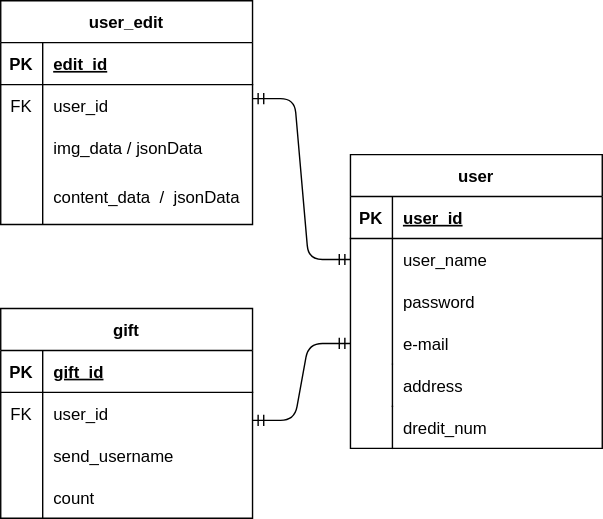
DEJIBUMI-Development-team/HEW_IH12_5 keeps this draw.io diagram as DB_ER/ER.drawio.svg. Above is the earlier version. Source tidied: cells renumbered, new cells last; positions are measured from the earlier drawing's top-left corner, leaving out a move shared by most shapes.
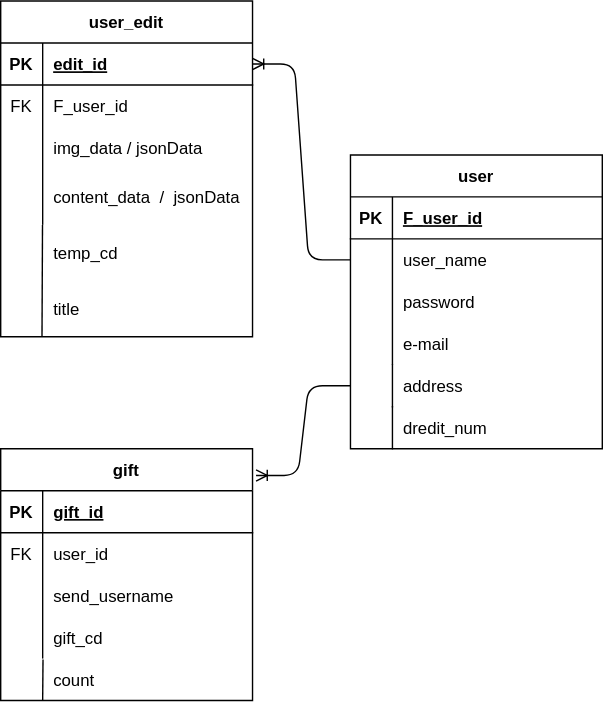
Above is the later version.

Diff of the diagram source:
```diff
@@ -3,7 +3,7 @@
     <mxCell id="0" />
     <mxCell id="1" parent="0" />
     <mxCell id="2" value="user_edit" style="shape=table;startSize=30;rowLines=0;fontStyle=1;align=center;" parent="1" vertex="1">
-      <mxGeometry width="180" height="160" as="geometry" />
+      <mxGeometry width="180" height="240" as="geometry" />
     </mxCell>
     <mxCell id="3" style="shape=partialRectangle;fillColor=none;top=0;left=0;bottom=1;right=0;points=[[0,0.5],[1,0.5]];portConstraint=eastwest;" parent="2" vertex="1">
       <mxGeometry y="30" width="180" height="30" as="geometry" />
@@ -20,7 +20,7 @@
     <mxCell id="7" value="FK" style="shape=partialRectangle;fillColor=none;top=0;left=0;bottom=0;right=0;overflow=hidden;" parent="6" vertex="1">
       <mxGeometry width="30" height="30" as="geometry" />
     </mxCell>
-    <mxCell id="8" value="user_id" style="shape=partialRectangle;fillColor=none;top=0;left=0;bottom=0;right=0;align=left;spacingLeft=6;overflow=hidden;" parent="6" vertex="1">
+    <mxCell id="8" value="F_user_id" style="shape=partialRectangle;fillColor=none;top=0;left=0;bottom=0;right=0;align=left;spacingLeft=6;overflow=hidden;" parent="6" vertex="1">
       <mxGeometry x="30" width="150" height="30" as="geometry" />
     </mxCell>
     <mxCell id="9" style="shape=partialRectangle;fillColor=none;top=0;left=0;bottom=0;right=0;" parent="2" vertex="1">
@@ -50,7 +50,7 @@
     <mxCell id="17" value="PK" style="shape=partialRectangle;fillColor=none;top=0;left=0;bottom=0;right=0;fontStyle=1;overflow=hidden;" parent="16" vertex="1">
       <mxGeometry width="30" height="30" as="geometry" />
     </mxCell>
-    <mxCell id="18" value="user_id" style="shape=partialRectangle;fillColor=none;top=0;left=0;bottom=0;right=0;align=left;spacingLeft=6;fontStyle=5;overflow=hidden;" parent="16" vertex="1">
+    <mxCell id="18" value="F_user_id" style="shape=partialRectangle;fillColor=none;top=0;left=0;bottom=0;right=0;align=left;spacingLeft=6;fontStyle=5;overflow=hidden;" parent="16" vertex="1">
       <mxGeometry x="30" width="150" height="30" as="geometry" />
     </mxCell>
     <mxCell id="19" style="shape=partialRectangle;fillColor=none;top=0;left=0;bottom=0;right=0;points=[[0,0.5],[1,0.5]];portConstraint=eastwest;" parent="15" vertex="1">
@@ -81,7 +81,7 @@
       <mxGeometry x="30" width="150" height="30" as="geometry" />
     </mxCell>
     <mxCell id="28" value="gift" style="shape=table;startSize=30;rowLines=0;fontStyle=1;align=center;" parent="1" vertex="1">
-      <mxGeometry y="220" width="180" height="150" as="geometry" />
+      <mxGeometry y="320" width="180" height="180" as="geometry" />
     </mxCell>
     <mxCell id="29" style="shape=partialRectangle;fillColor=none;top=0;left=0;bottom=1;right=0;" parent="28" vertex="1">
       <mxGeometry y="30" width="180" height="30" as="geometry" />
@@ -116,7 +116,7 @@
     <mxCell id="39" style="shape=partialRectangle;fillColor=none;top=0;left=0;bottom=0;right=0;overflow=hidden;" parent="38" vertex="1">
       <mxGeometry width="30" height="30" as="geometry" />
     </mxCell>
-    <mxCell id="40" value="count" style="shape=partialRectangle;fillColor=none;top=0;left=0;bottom=0;right=0;align=left;spacingLeft=6;overflow=hidden;" parent="38" vertex="1">
+    <mxCell id="40" value="gift_cd" style="shape=partialRectangle;fillColor=none;top=0;left=0;bottom=0;right=0;align=left;spacingLeft=6;overflow=hidden;" parent="38" vertex="1">
       <mxGeometry x="30" width="150" height="30" as="geometry" />
     </mxCell>
     <mxCell id="41" style="shape=partialRectangle;fillColor=none;top=0;left=0;bottom=0;right=0;points=[[0,0.5],[1,0.5]];portConstraint=eastwest;" parent="1" vertex="1">
@@ -137,15 +137,46 @@
     <mxCell id="46" value="dredit_num" style="shape=partialRectangle;fillColor=none;top=0;left=1;bottom=0;right=0;align=left;spacingLeft=6;overflow=hidden;" parent="44" vertex="1">
       <mxGeometry x="30" width="150" height="30" as="geometry" />
     </mxCell>
-    <mxCell id="47" style="edgeStyle=entityRelationEdgeStyle;fontSize=12;html=1;endArrow=ERmandOne;startArrow=ERmandOne;entryX=0;entryY=0.5;entryDx=0;entryDy=0;" parent="1" edge="1" target="19">
-      <mxGeometry relative="1" as="geometry">
-        <mxPoint x="180" y="70" as="sourcePoint" />
-      </mxGeometry>
-    </mxCell>
-    <mxCell id="48" style="edgeStyle=entityRelationEdgeStyle;fontSize=12;html=1;endArrow=ERmandOne;startArrow=ERmandOne;entryX=0;entryY=0.5;entryDx=0;entryDy=0;" parent="1" edge="1" target="25">
-      <mxGeometry relative="1" as="geometry">
-        <mxPoint x="180" y="300" as="sourcePoint" />
-      </mxGeometry>
+    <mxCell id="48" style="shape=partialRectangle;fillColor=none;top=0;left=0;bottom=0;right=0;points=[[0,0.5],[1,0.5]];portConstraint=eastwest;" parent="1" vertex="1">
+      <mxGeometry y="160" width="180" height="40" as="geometry" />
     </mxCell>
+    <mxCell id="49" style="shape=partialRectangle;fillColor=none;top=0;left=0;bottom=0;right=0;overflow=hidden;" parent="48" vertex="1">
+      <mxGeometry width="30" height="40" as="geometry" />
+    </mxCell>
+    <mxCell id="50" value="temp_cd" style="shape=partialRectangle;fillColor=none;top=0;left=0;bottom=0;right=0;align=left;spacingLeft=6;overflow=hidden;strokeColor=#F0F0F0;perimeterSpacing=1;" parent="48" vertex="1">
+      <mxGeometry x="30" width="150" height="40" as="geometry" />
+    </mxCell>
+    <mxCell id="51" style="shape=partialRectangle;fillColor=none;top=0;left=0;bottom=0;right=0;points=[[0,0.5],[1,0.5]];portConstraint=eastwest;" parent="1" vertex="1">
+      <mxGeometry y="200" width="180" height="40" as="geometry" />
+    </mxCell>
+    <mxCell id="52" style="shape=partialRectangle;fillColor=none;top=0;left=0;bottom=0;right=0;overflow=hidden;" parent="51" vertex="1">
+      <mxGeometry width="30" height="40" as="geometry" />
+    </mxCell>
+    <mxCell id="53" value="title" style="shape=partialRectangle;fillColor=none;top=0;left=0;bottom=0;right=0;align=left;spacingLeft=6;overflow=hidden;strokeColor=#F0F0F0;perimeterSpacing=1;" parent="51" vertex="1">
+      <mxGeometry x="30" width="150" height="40" as="geometry" />
+    </mxCell>
+    <mxCell id="54" style="endArrow=none;html=1;entryX=0.166;entryY=0.004;entryDx=0;entryDy=0;entryPerimeter=0;exitX=0.164;exitY=0.984;exitDx=0;exitDy=0;exitPerimeter=0;" parent="1" edge="1" source="51" target="48">
+      <mxGeometry relative="1" as="geometry" />
+    </mxCell>
+    <mxCell id="55" style="shape=partialRectangle;fillColor=none;top=0;left=0;bottom=0;right=0;points=[[0,0.5],[1,0.5]];portConstraint=eastwest;" parent="1" vertex="1">
+      <mxGeometry y="470" width="180" height="30" as="geometry" />
+    </mxCell>
+    <mxCell id="56" style="shape=partialRectangle;fillColor=none;top=0;left=0;bottom=0;right=0;overflow=hidden;" parent="55" vertex="1">
+      <mxGeometry width="30" height="30" as="geometry" />
+    </mxCell>
+    <mxCell id="57" value="count" style="shape=partialRectangle;fillColor=none;top=0;left=0;bottom=0;right=0;align=left;spacingLeft=6;overflow=hidden;strokeWidth=0;" parent="55" vertex="1">
+      <mxGeometry x="30" width="150" height="30" as="geometry" />
+    </mxCell>
+    <mxCell id="58" style="endArrow=none;html=1;entryX=0.168;entryY=0.021;entryDx=0;entryDy=0;entryPerimeter=0;" parent="1" edge="1" target="55">
+      <mxGeometry relative="1" as="geometry">
+        <mxPoint x="30" y="500" as="sourcePoint" />
+      </mxGeometry>
+    </mxCell>
+    <mxCell id="59" style="edgeStyle=entityRelationEdgeStyle;fontSize=12;html=1;endArrow=ERoneToMany;entryX=1;entryY=0.5;entryDx=0;entryDy=0;exitX=0;exitY=0.5;exitDx=0;exitDy=0;" parent="1" edge="1" source="19" target="3">
+      <mxGeometry relative="1" as="geometry" />
+    </mxCell>
+    <mxCell id="60" style="edgeStyle=entityRelationEdgeStyle;fontSize=12;html=1;endArrow=ERoneToMany;entryX=1.014;entryY=0.106;entryDx=0;entryDy=0;exitX=0;exitY=0.5;exitDx=0;exitDy=0;entryPerimeter=0;" parent="1" edge="1" source="41" target="28">
+      <mxGeometry relative="1" as="geometry" />
+    </mxCell>
   </root>
 </mxGraphModel>
```
